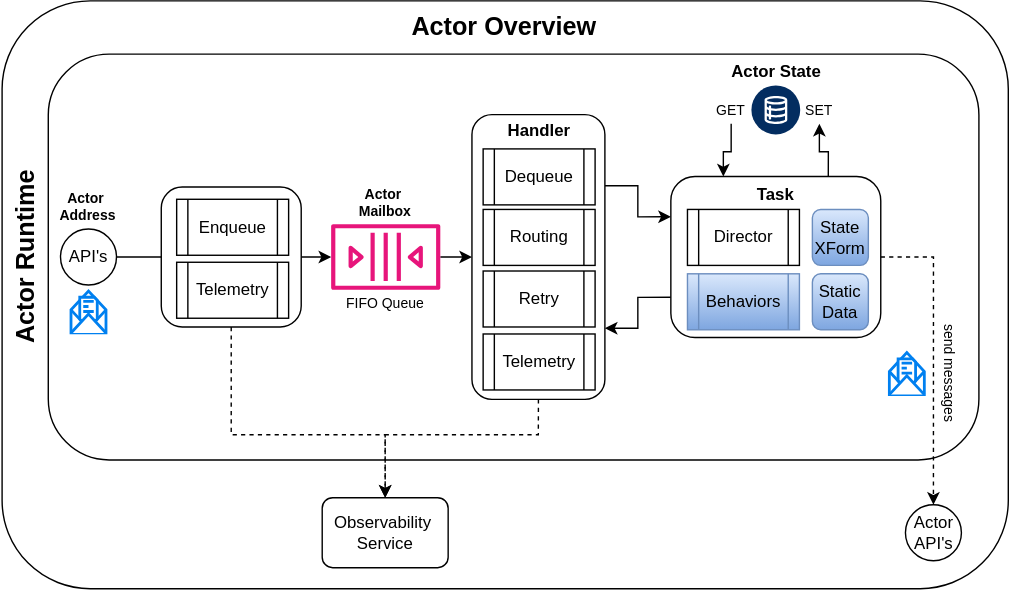
sunlao/py_sudoku_solver keeps this draw.io diagram as docs/ActorOverview.svg. Above is the earlier version. Source tidied: cells renumbered, new cells last; positions are measured from the earlier drawing's top-left corner, leaving out a move shared by most shapes.
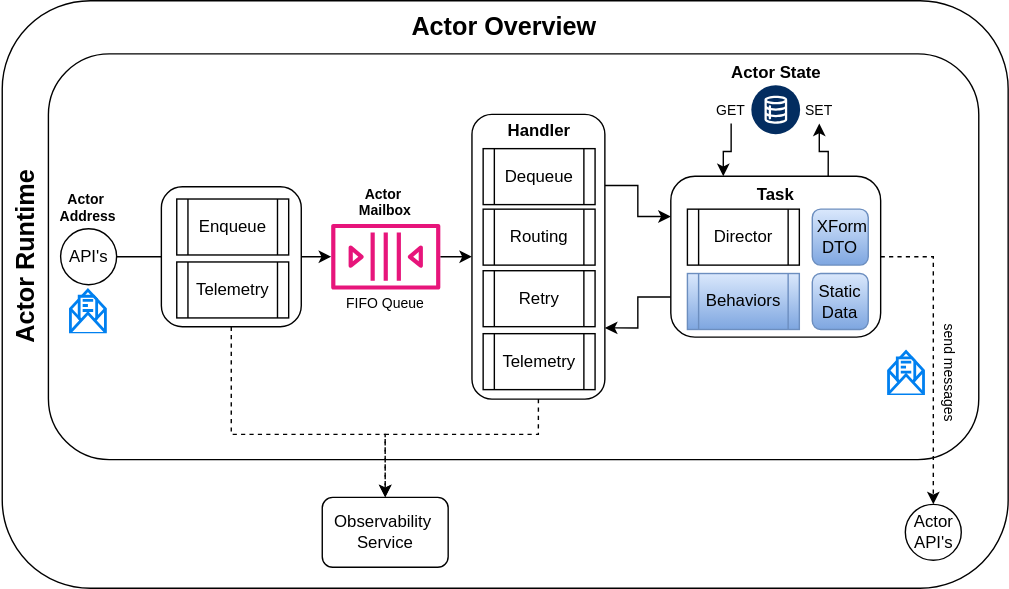
After the commit.

Diff of the diagram source:
```diff
@@ -105,7 +105,7 @@
     <mxCell id="32" value="&lt;div&gt;&lt;font style=&quot;&quot;&gt;&lt;span style=&quot;background-color: transparent; color: light-dark(rgb(0, 0, 0), rgb(255, 255, 255));&quot;&gt;FIFO &lt;/span&gt;Queue&lt;/font&gt;&lt;br&gt;&lt;/div&gt;" style="text;html=1;whiteSpace=wrap;strokeColor=none;fillColor=none;align=center;verticalAlign=middle;rounded=0;fontStyle=0;fontSize=10;" parent="1" vertex="1">
       <mxGeometry x="235.1" y="206.8" width="80" height="18.2" as="geometry" />
     </mxCell>
-    <mxCell id="33" value="State XForm" style="rounded=1;whiteSpace=wrap;html=1;fillColor=#dae8fc;gradientColor=#7ea6e0;strokeColor=#6c8ebf;" parent="1" vertex="1">
+    <mxCell id="33" value="&amp;nbsp;XForm&lt;div&gt;DTO&lt;/div&gt;" style="rounded=1;whiteSpace=wrap;html=1;fillColor=#dae8fc;gradientColor=#7ea6e0;strokeColor=#6c8ebf;" parent="1" vertex="1">
       <mxGeometry x="580" y="149" width="40" height="40" as="geometry" />
     </mxCell>
     <mxCell id="34" value="&lt;font style=&quot;font-size: 12px;&quot;&gt;Actor&amp;nbsp;&lt;/font&gt;&lt;span style=&quot;font-size: 12px; background-color: transparent; color: light-dark(rgb(0, 0, 0), rgb(255, 255, 255));&quot;&gt;State&lt;/span&gt;" style="text;html=1;whiteSpace=wrap;strokeColor=none;fillColor=none;align=center;verticalAlign=middle;rounded=0;fontStyle=1;fontSize=10;" parent="1" vertex="1">
```
